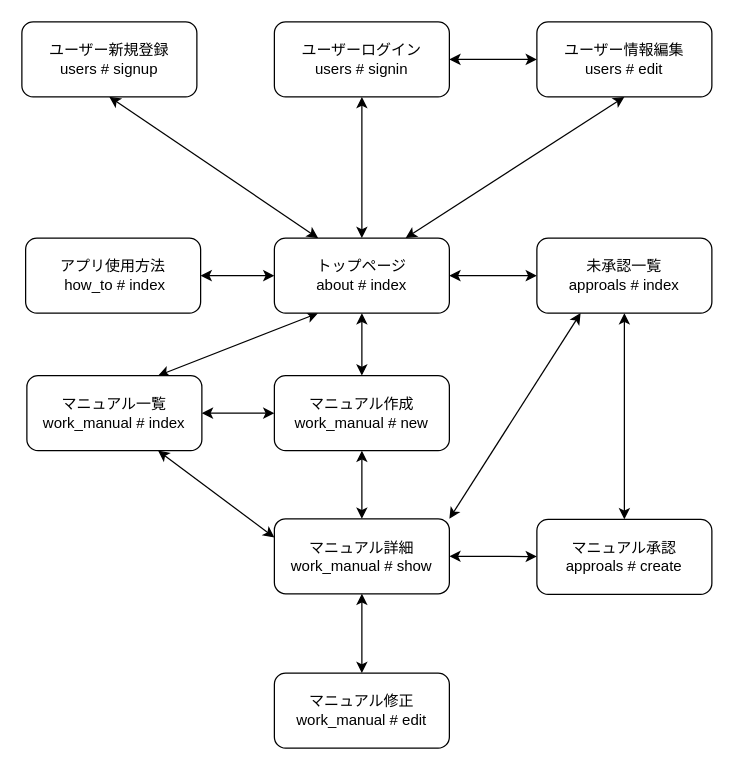
Earlier version of the draw.io diagram page "画面遷移図" (2 of 2) of ER .dio (shotaoba/manual). Source tidied: cells renumbered, new cells numbered last; positions are measured from the earlier drawing's top-left corner, leaving out a move shared by most shapes. Both pictures are drawn from the tidied source at 125%, with x=0, y=0 at pixel (21, 21).
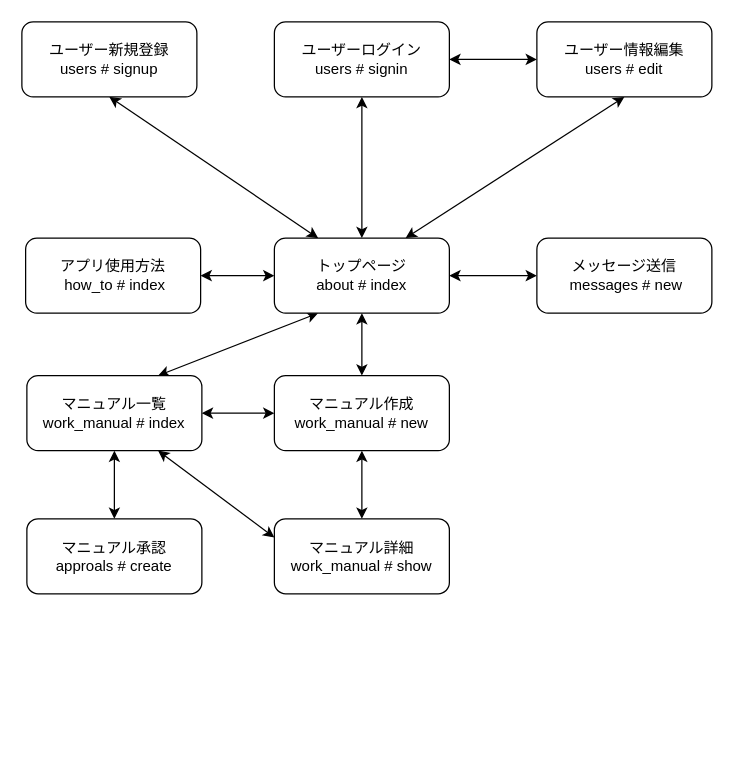
The same diagram, later.

Unchanged cells that the change refers to:
```xml
<mxCell id="4" value="トップページ&lt;br&gt;about # index" style="rounded=1;whiteSpace=wrap;html=1;" parent="1" vertex="1">
  <mxGeometry x="202" y="173" width="140" height="60" as="geometry" />
</mxCell>
<mxCell id="8" value="マニュアル詳細&lt;br&gt;work_manual # show" style="rounded=1;whiteSpace=wrap;html=1;" parent="1" vertex="1">
  <mxGeometry x="202" y="397.5" width="140" height="60" as="geometry" />
</mxCell>
<mxCell id="27" value="マニュアル一覧&lt;br&gt;work_manual # index" style="rounded=1;whiteSpace=wrap;html=1;" parent="1" vertex="1">
  <mxGeometry x="4" y="283" width="140" height="60" as="geometry" />
</mxCell>
```

Diff of the diagram source:
```diff
@@
-    <mxCell id="3" style="edgeStyle=none;rounded=0;jettySize=auto;html=1;exitX=1;exitY=0.5;exitDx=0;exitDy=0;entryX=0;entryY=0.5;entryDx=0;entryDy=0;startArrow=classic;startFill=1;" parent="1" edge="1" source="4" target="15">
-      <mxGeometry relative="1" as="geometry" />
+    <mxCell id="3" style="edgeStyle=none;rounded=0;jettySize=auto;html=1;exitX=1;exitY=0.5;exitDx=0;exitDy=0;entryX=0;entryY=0.5;entryDx=0;entryDy=0;startArrow=classic;startFill=1;" parent="1" edge="1" source="4">
+      <mxGeometry relative="1" as="geometry">
+        <mxPoint x="412" y="203" as="targetPoint" />
+      </mxGeometry>
     </mxCell>
@@
-    <mxCell id="6" value="マニュアル修正&lt;br&gt;work_manual # edit" style="rounded=1;whiteSpace=wrap;html=1;" parent="1" vertex="1">
-      <mxGeometry x="202" y="521" width="140" height="60" as="geometry" />
-    </mxCell>
-    <mxCell id="7" style="edgeStyle=none;rounded=0;jettySize=auto;html=1;exitX=1;exitY=0.5;exitDx=0;exitDy=0;startArrow=classic;startFill=1;" parent="1" edge="1" source="8" target="9">
+    <mxCell id="7" style="edgeStyle=none;rounded=0;jettySize=auto;html=1;exitX=0.5;exitY=1;exitDx=0;exitDy=0;startArrow=classic;startFill=1;entryX=0.5;entryY=0;entryDx=0;entryDy=0;" parent="1" edge="1" source="27" target="9">
       <mxGeometry relative="1" as="geometry" />
     </mxCell>
@@
     <mxCell id="9" value="マニュアル承認&lt;br&gt;approals # create" style="rounded=1;whiteSpace=wrap;html=1;" parent="1" vertex="1">
-      <mxGeometry x="412" y="398" width="140" height="60" as="geometry" />
+      <mxGeometry x="4" y="397.5" width="140" height="60" as="geometry" />
     </mxCell>
-    <mxCell id="10" style="endArrow=classic;startArrow=classic;html=1;entryX=0.5;entryY=0;entryDx=0;entryDy=0;exitX=0.5;exitY=1;exitDx=0;exitDy=0;" parent="1" edge="1" source="8" target="6">
-      <mxGeometry relative="1" as="geometry" />
-    </mxCell>
@@
-    <mxCell id="13" style="edgeStyle=none;rounded=0;jettySize=auto;html=1;exitX=0.5;exitY=1;exitDx=0;exitDy=0;entryX=0.5;entryY=0;entryDx=0;entryDy=0;startArrow=classic;startFill=1;" parent="1" edge="1" source="15" target="9">
-      <mxGeometry relative="1" as="geometry" />
-    </mxCell>
-    <mxCell id="14" style="edgeStyle=none;rounded=0;jettySize=auto;html=1;exitX=0.25;exitY=1;exitDx=0;exitDy=0;entryX=1;entryY=0;entryDx=0;entryDy=0;startArrow=classic;startFill=1;" parent="1" edge="1" source="15" target="8">
-      <mxGeometry relative="1" as="geometry" />
-    </mxCell>
-    <mxCell id="15" value="未承認一覧&lt;br&gt;approals # index" style="rounded=1;whiteSpace=wrap;html=1;" parent="1" vertex="1">
-      <mxGeometry x="412" y="173" width="140" height="60" as="geometry" />
-    </mxCell>
@@
+    <mxCell id="28" value="メッセージ送信&lt;br&gt;&amp;nbsp;messages # new" style="rounded=1;whiteSpace=wrap;html=1;" parent="1" vertex="1">
+      <mxGeometry x="412" y="173" width="140" height="60" as="geometry" />
+    </mxCell>
```
